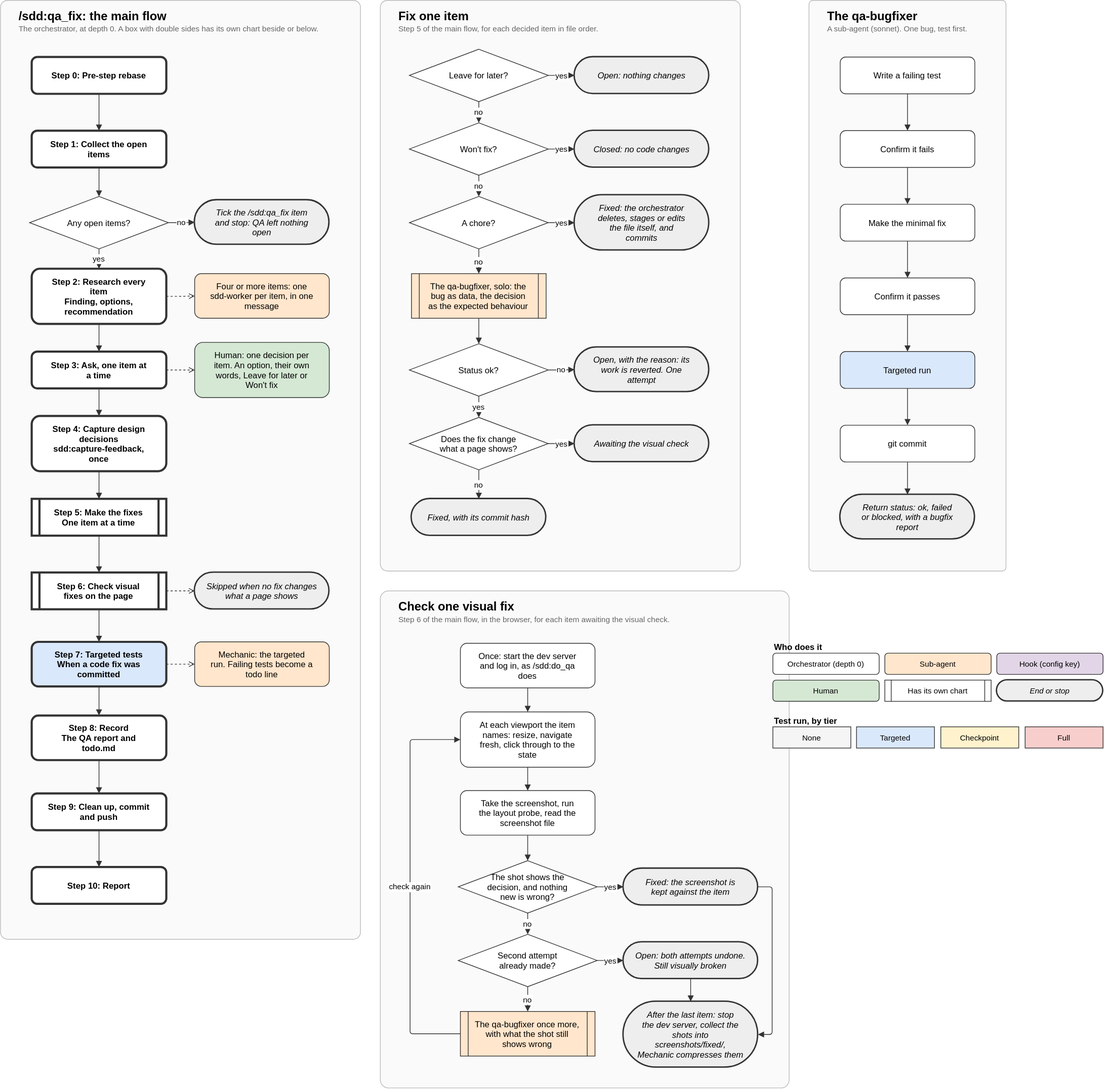
Earlier version of the draw.io export claude_plugins/sdd/docs/diagrams/qa_fix.drawio.svg (preludetech/Freedom-LS). Source tidied: cells renumbered, new cells last; positions are measured from the earlier drawing's top-left corner, leaving out a move shared by most shapes.
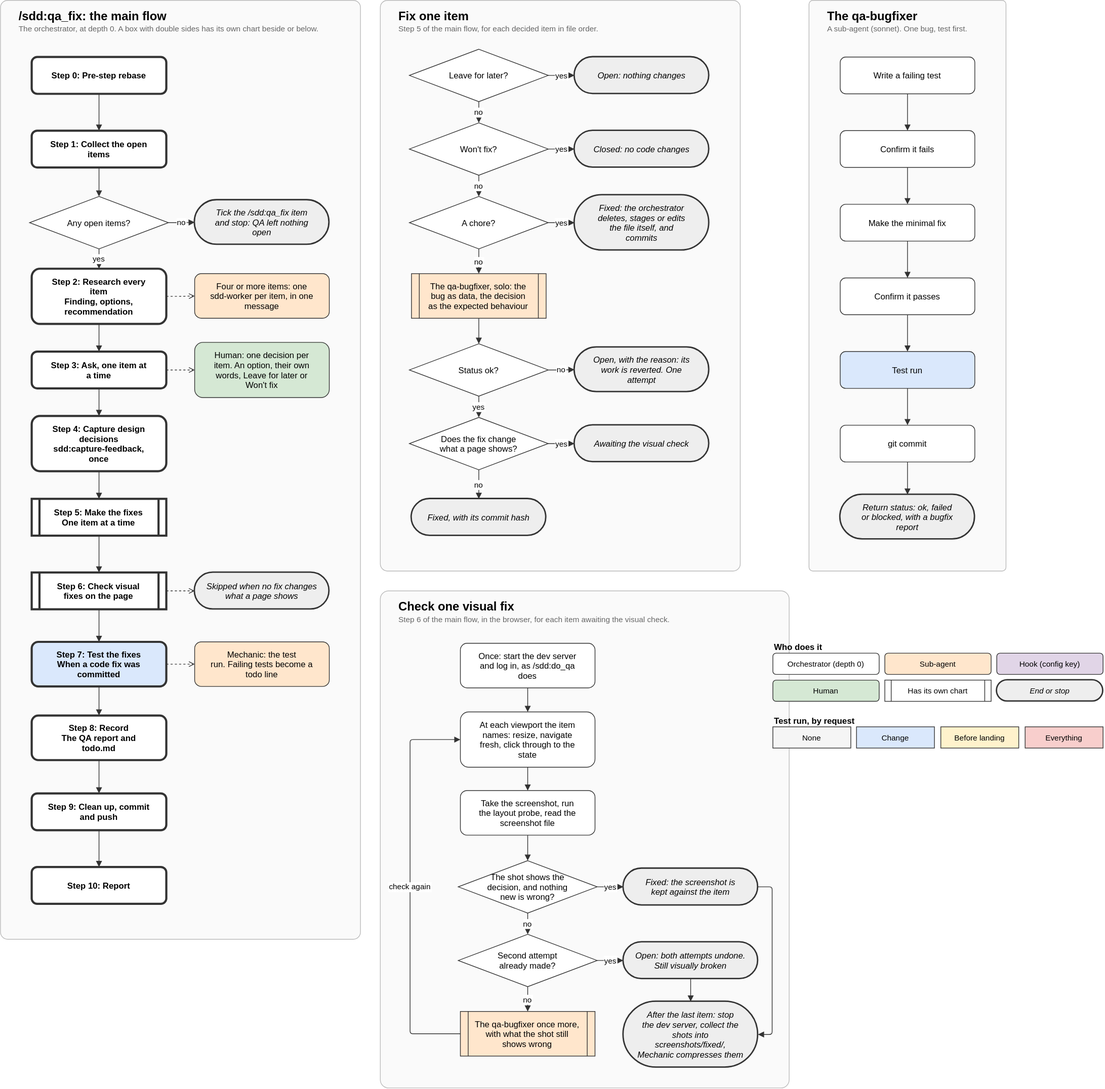
Later version of the same file.

Diff of the diagram source:
```diff
@@ -47,10 +47,10 @@
     <mxCell id="16" value="Skipped when no fix changes&#10;what a page shows" style="rounded=1;arcSize=50;html=0;fontSize=12;strokeColor=#333333;fillColor=#eeeeee;strokeWidth=2;fontStyle=2;" parent="1" vertex="1">
       <mxGeometry x="274" y="808" width="190" height="52" as="geometry" />
     </mxCell>
-    <mxCell id="17" value="Step 7: Targeted tests&#10;When a code fix was&#10;committed" style="rounded=1;html=0;fontSize=12;strokeColor=#333333;fillColor=#dae8fc;strokeWidth=3;fontStyle=1;" parent="1" vertex="1">
+    <mxCell id="17" value="Step 7: Test the fixes&#10;When a code fix was&#10;committed" style="rounded=1;html=0;fontSize=12;strokeColor=#333333;fillColor=#dae8fc;strokeWidth=3;fontStyle=1;" parent="1" vertex="1">
       <mxGeometry x="44" y="906" width="190" height="63" as="geometry" />
     </mxCell>
-    <mxCell id="18" value="Mechanic: the targeted&#10;run. Failing tests become a&#10;todo line" style="rounded=1;html=0;fontSize=12;strokeColor=#333333;fillColor=#ffe6cc;" parent="1" vertex="1">
+    <mxCell id="18" value="Mechanic: the test&#10;run. Failing tests become a&#10;todo line" style="rounded=1;html=0;fontSize=12;strokeColor=#333333;fillColor=#ffe6cc;" parent="1" vertex="1">
       <mxGeometry x="274" y="906" width="190" height="63" as="geometry" />
     </mxCell>
     <mxCell id="19" value="Step 8: Record&#10;The QA report and&#10;todo.md" style="rounded=1;html=0;fontSize=12;strokeColor=#333333;fillColor=#ffffff;strokeWidth=3;fontStyle=1;" parent="1" vertex="1">
@@ -285,7 +285,7 @@
     <mxCell id="92" value="Confirm it passes" style="rounded=1;html=0;fontSize=12;strokeColor=#333333;fillColor=#ffffff;" parent="1" vertex="1">
       <mxGeometry x="1185" y="392" width="190" height="52" as="geometry" />
     </mxCell>
-    <mxCell id="93" value="Targeted run" style="rounded=1;html=0;fontSize=12;strokeColor=#333333;fillColor=#dae8fc;" parent="1" vertex="1">
+    <mxCell id="93" value="Test run" style="rounded=1;html=0;fontSize=12;strokeColor=#333333;fillColor=#dae8fc;" parent="1" vertex="1">
       <mxGeometry x="1185" y="496" width="190" height="52" as="geometry" />
     </mxCell>
     <mxCell id="94" value="git commit" style="rounded=1;html=0;fontSize=12;strokeColor=#333333;fillColor=#ffffff;" parent="1" vertex="1">
@@ -333,19 +333,19 @@
     <mxCell id="108" value="End or stop" style="rounded=1;arcSize=50;html=0;fontSize=11;strokeColor=#333333;fillColor=#eeeeee;strokeWidth=2;fontStyle=2;" parent="1" vertex="1">
       <mxGeometry x="1406" y="960" width="150" height="30" as="geometry" />
     </mxCell>
-    <mxCell id="109" value="Test run, by tier" style="text;html=0;align=left;fontSize=12;fontStyle=1;" parent="1" vertex="1">
+    <mxCell id="109" value="Test run, by request" style="text;html=0;align=left;fontSize=12;fontStyle=1;" parent="1" vertex="1">
       <mxGeometry x="1090" y="1004" width="200" height="20" as="geometry" />
     </mxCell>
     <mxCell id="110" value="None" style="rounded=0;html=0;fontSize=11;strokeColor=#333333;fillColor=#f5f5f5;" parent="1" vertex="1">
       <mxGeometry x="1090" y="1026" width="110" height="30" as="geometry" />
     </mxCell>
-    <mxCell id="111" value="Targeted" style="rounded=0;html=0;fontSize=11;strokeColor=#333333;fillColor=#dae8fc;" parent="1" vertex="1">
+    <mxCell id="111" value="Change" style="rounded=0;html=0;fontSize=11;strokeColor=#333333;fillColor=#dae8fc;" parent="1" vertex="1">
       <mxGeometry x="1208" y="1026" width="110" height="30" as="geometry" />
     </mxCell>
-    <mxCell id="112" value="Checkpoint" style="rounded=0;html=0;fontSize=11;strokeColor=#333333;fillColor=#fff2cc;" parent="1" vertex="1">
+    <mxCell id="112" value="Before landing" style="rounded=0;html=0;fontSize=11;strokeColor=#333333;fillColor=#fff2cc;" parent="1" vertex="1">
       <mxGeometry x="1327" y="1026" width="110" height="30" as="geometry" />
     </mxCell>
-    <mxCell id="113" value="Full" style="rounded=0;html=0;fontSize=11;strokeColor=#333333;fillColor=#f8cecc;" parent="1" vertex="1">
+    <mxCell id="113" value="Everything" style="rounded=0;html=0;fontSize=11;strokeColor=#333333;fillColor=#f8cecc;" parent="1" vertex="1">
       <mxGeometry x="1446" y="1026" width="110" height="30" as="geometry" />
     </mxCell>
   </root>
```
